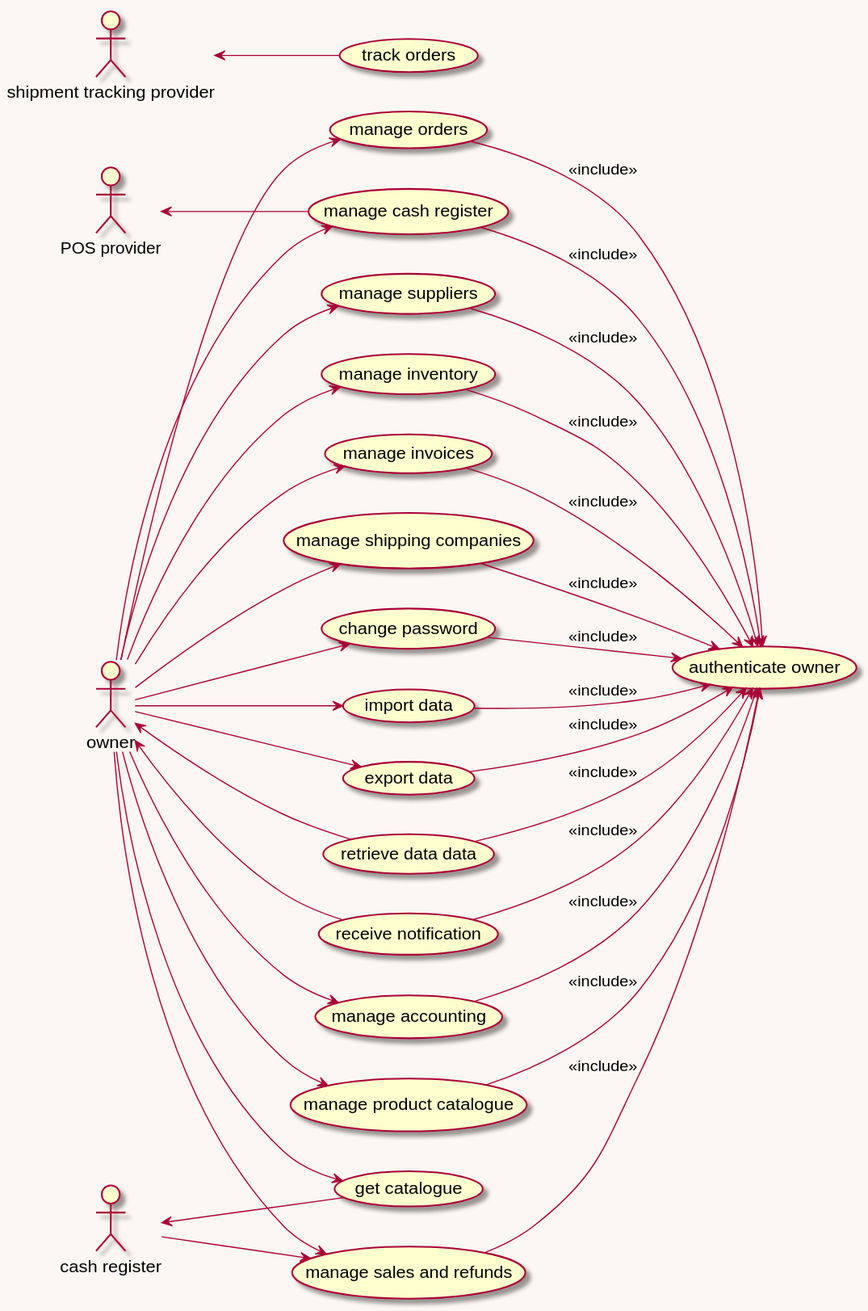
The PlantUML diagram res/plantuml/usecaseDiagram.svg in Giuseppeclv008/Project, before a commit. Source of this version:
```plantuml
@startuml usecaseDiagram
left to right direction
!pragma layout smetana
skinparam backgroundColor #fcf7f2

usecase "manage accounting" as mnga
usecase "manage product catalogue" as mngc
usecase "manage orders" as mngo
usecase "manage suppliers" as mngs
usecase "manage cash register" as mngcs
usecase "manage inventory" as mngiv
usecase "manage invoices" as mngio
usecase "manage shipping companies" as mngsc
usecase "manage sales and refunds" as mngsr

usecase "get catalogue" as getc
usecase "track orders" as tracko

usecase "authenticate owner" as auth
usecase "change password" as password

usecase "import data" as import
usecase "export data" as export
usecase "retrieve data data" as retrieve

usecase "receive notification" as notification


actor owner
actor "POS provider" as pos
actor "cash register" as cs
actor "shipment tracking provider" as stp


owner --> mnga
owner --> mngc
owner --> mngo
owner --> mngs
owner --> mngcs
owner --> mngiv
owner --> mngio
owner --> mngsc
owner --> mngsr

owner --> password
owner --> import
owner --> export
owner --> getc
owner <-- notification
owner <-- retrieve

mnga --> auth : <<include>>
mngc --> auth : <<include>>
mngo --> auth : <<include>>
mngs --> auth : <<include>>
mngcs --> auth : <<include>>
mngiv --> auth : <<include>>
mngio --> auth : <<include>>
mngsc --> auth : <<include>>
mngsr --> auth : <<include>>
export --> auth : <<include>>
import --> auth : <<include>>
password --> auth : <<include>>
notification --> auth : <<include>>
retrieve --> auth : <<include>>


cs --> mngsr
cs <-- getc

stp <-- tracko

pos <-- mngcs

@enduml
```
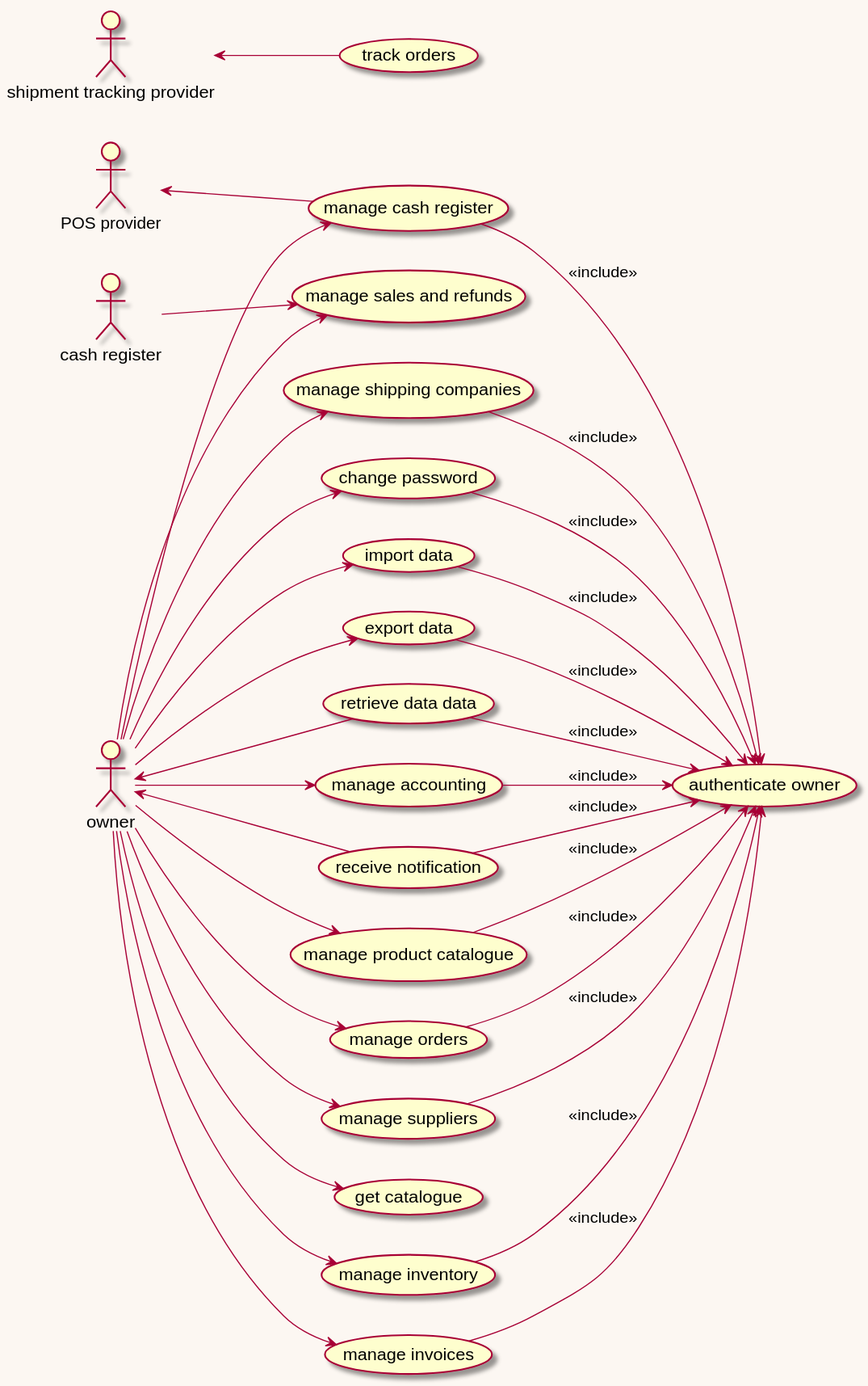
Later version of the same file.

Commit message:
fix: addressed rewiever's concerns

The edit, as a diff of the source:
```diff
@@ -57,7 +57,6 @@
 mngiv --> auth : <<include>>
 mngio --> auth : <<include>>
 mngsc --> auth : <<include>>
-mngsr --> auth : <<include>>
 export --> auth : <<include>>
 import --> auth : <<include>>
 password --> auth : <<include>>
@@ -66,7 +65,6 @@
 
 
 cs --> mngsr
-cs <-- getc
 
 stp <-- tracko
 
```
